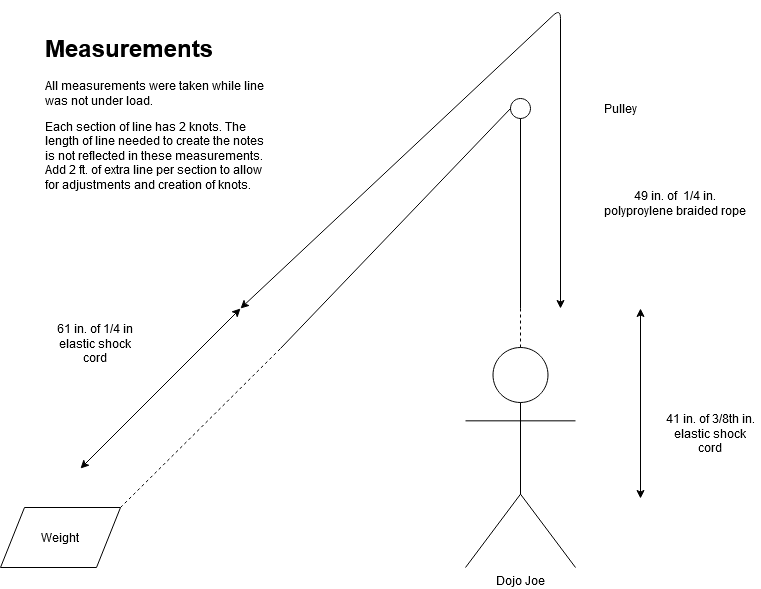
Above: images/DojoJoeSupportLineLengths.png in TrackerLounge/DojoJoe (draw.io), before the change. Source tidied: cells renumbered, new cells last; positions are measured from the earlier drawing's top-left corner, leaving out a move shared by most shapes.
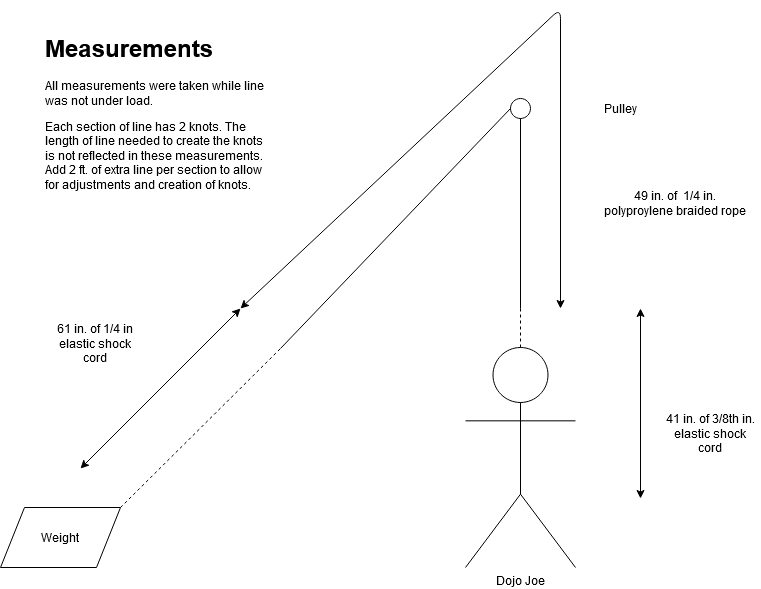
After the commit.

The edit, as a diff of the source:
```diff
@@ -64,7 +64,7 @@
     <mxCell id="15" value="49 in. of&amp;nbsp; 1/4 in. polyproylene braided rope " style="text;html=1;strokeColor=none;fillColor=none;align=center;verticalAlign=middle;whiteSpace=wrap;rounded=0;" parent="1" vertex="1">
       <mxGeometry x="600" y="180" width="150" height="30" as="geometry" />
     </mxCell>
-    <mxCell id="16" value="&lt;h1&gt;Measurements&lt;/h1&gt;&lt;p&gt;All measurements were taken while line was not under load. &lt;br&gt;&lt;/p&gt;&lt;p&gt;Each section of line has 2 knots. The length of line needed to create the notes is not reflected in these measurements. Add 2 ft. of extra line per section to allow for adjustments and creation of knots.&lt;br&gt;&lt;/p&gt;" style="text;html=1;strokeColor=none;fillColor=none;spacing=5;spacingTop=-20;whiteSpace=wrap;overflow=hidden;rounded=0;" parent="1" vertex="1">
+    <mxCell id="16" value="&lt;h1&gt;Measurements&lt;/h1&gt;&lt;p&gt;All measurements were taken while line was not under load. &lt;br&gt;&lt;/p&gt;&lt;p&gt;Each section of line has 2 knots. The length of line needed to create the knots is not reflected in these measurements. Add 2 ft. of extra line per section to allow for adjustments and creation of knots.&lt;br&gt;&lt;/p&gt;" style="text;html=1;strokeColor=none;fillColor=none;spacing=5;spacingTop=-20;whiteSpace=wrap;overflow=hidden;rounded=0;" parent="1" vertex="1">
       <mxGeometry x="40" y="20" width="230" height="170" as="geometry" />
     </mxCell>
   </root>
```
